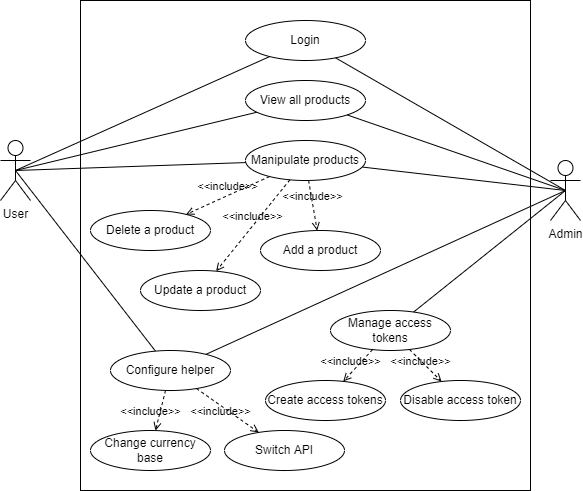
This is $diagrams/useCaseDiagram.20220707.png from jinyaoMa/product-currency-helper, a draw.io export, as it was before one commit. Source tidied: cells renumbered, new cells last; positions are measured from the earlier drawing's top-left corner, leaving out a move shared by most shapes.
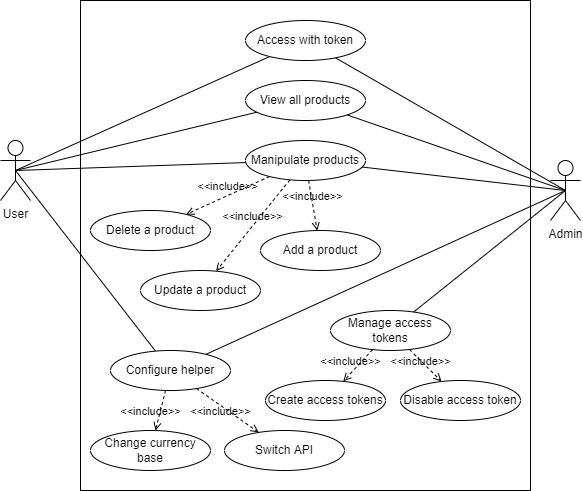
The same file after the commit.

What changed in the source:
```diff
@@ -38,7 +38,7 @@
     <mxCell id="13" value="Admin" style="shape=umlActor;verticalLabelPosition=bottom;verticalAlign=top;html=1;outlineConnect=0;" parent="1" vertex="1">
       <mxGeometry x="550" y="160" width="30" height="60" as="geometry" />
     </mxCell>
-    <mxCell id="14" value="Login" style="ellipse;whiteSpace=wrap;html=1;" parent="1" vertex="1">
+    <mxCell id="14" value="Access with token" style="ellipse;whiteSpace=wrap;html=1;" parent="1" vertex="1">
       <mxGeometry x="245" y="20" width="120" height="40" as="geometry" />
     </mxCell>
     <mxCell id="15" value="View all products" style="ellipse;whiteSpace=wrap;html=1;" parent="1" vertex="1">
```
